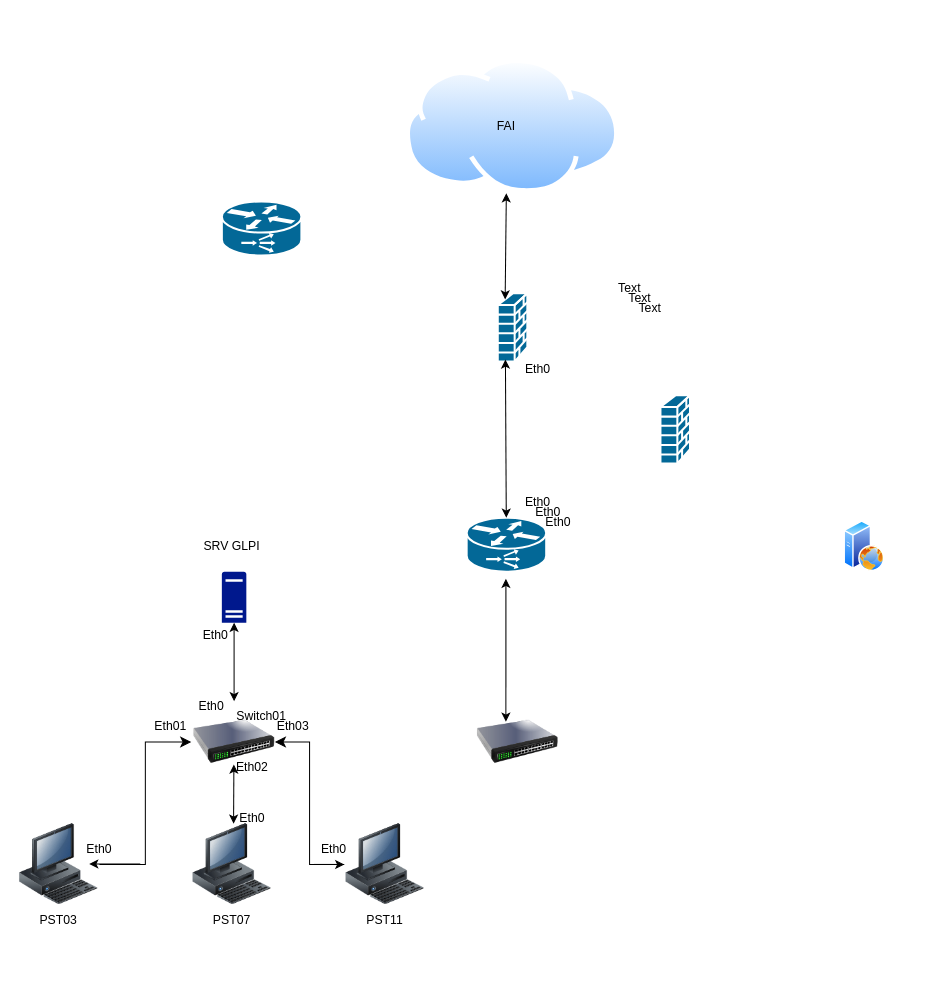
This is laboRéseaux.drawio from melanieBouchez/topologie, a draw.io file, before an edit. Source tidied: cells renumbered, new cells numbered last; positions are measured from the earlier drawing's top-left corner, leaving out a move shared by most shapes. Both pictures are drawn from the tidied source at 102%, with x=0, y=0 at pixel (17, 58).
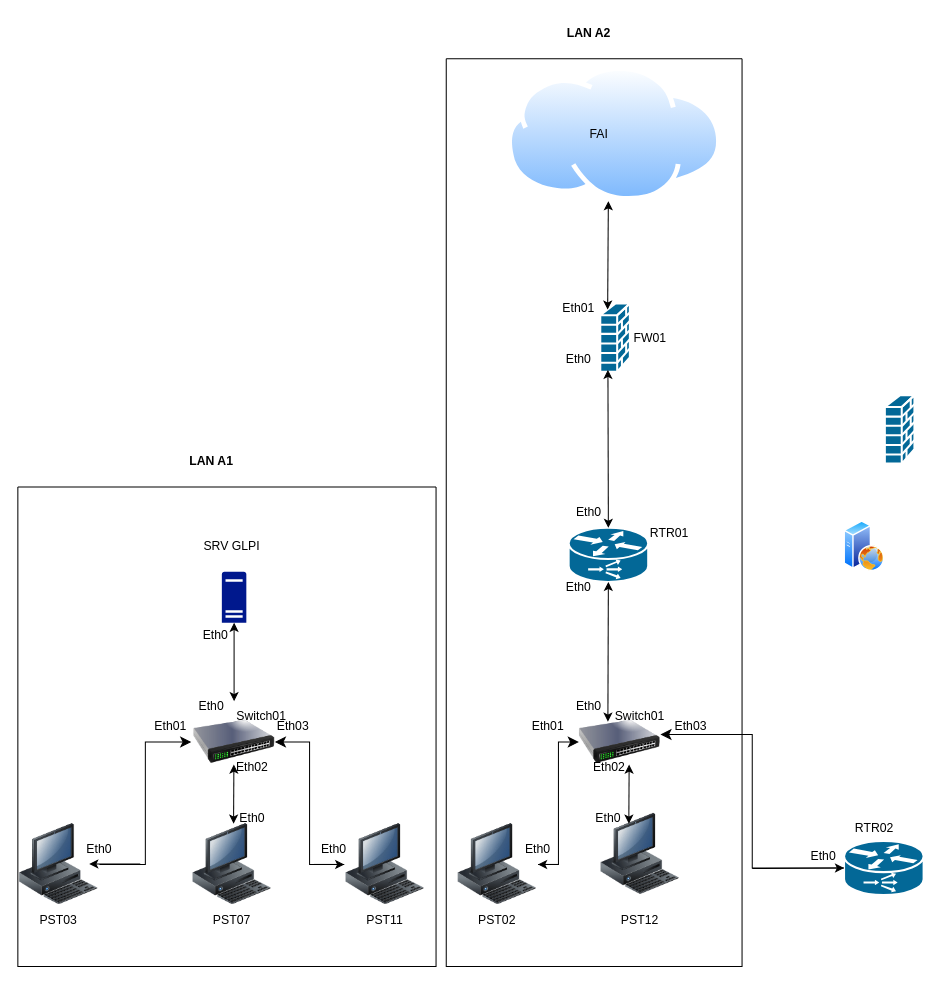
Above is the later version.

Diff of the diagram source:
```diff
@@
     <mxCell id="2" style="shape=mxgraph.cisco.routers.content_service_router;sketch=0;html=1;dashed=0;fillColor=#036897;strokeColor=#ffffff;strokeWidth=2;verticalLabelPosition=bottom;verticalAlign=top;align=center;outlineConnect=0;" parent="1" vertex="1">
-      <mxGeometry x="440" y="450" width="78" height="53" as="geometry" />
+      <mxGeometry x="540" y="460" width="78" height="53" as="geometry" />
     </mxCell>
     <mxCell id="3" style="shape=mxgraph.cisco.routers.content_service_router;sketch=0;html=1;dashed=0;fillColor=#036897;strokeColor=#ffffff;strokeWidth=2;verticalLabelPosition=bottom;verticalAlign=top;align=center;outlineConnect=0;" parent="1" vertex="1">
-      <mxGeometry x="200" y="140" width="78" height="53" as="geometry" />
+      <mxGeometry x="810" y="767" width="78" height="53" as="geometry" />
     </mxCell>
     <mxCell id="4" style="shape=mxgraph.cisco.security.firewall;sketch=0;html=1;dashed=0;fillColor=#036897;strokeColor=#ffffff;strokeWidth=2;verticalLabelPosition=bottom;verticalAlign=top;align=center;outlineConnect=0;" parent="1" vertex="1">
-      <mxGeometry x="470.5" y="230" width="29" height="67" as="geometry" />
+      <mxGeometry x="571" y="240" width="29" height="67" as="geometry" />
     </mxCell>
     <mxCell id="5" style="shape=mxgraph.cisco.security.firewall;sketch=0;html=1;dashed=0;fillColor=#036897;strokeColor=#ffffff;strokeWidth=2;verticalLabelPosition=bottom;verticalAlign=top;align=center;" parent="1" vertex="1">
-      <mxGeometry x="630" y="330" width="29" height="67" as="geometry" />
+      <mxGeometry x="850" y="330" width="29" height="67" as="geometry" />
     </mxCell>
     <mxCell id="6" style="image;perimeter=ellipsePerimeter;html=1;align=center;shadow=0;dashed=0;spacingTop=3;image=img/lib/active_directory/internet_cloud.svg;" parent="1" vertex="1">
-      <mxGeometry x="380" width="210" height="132.3" as="geometry" />
+      <mxGeometry x="480" y="7.7" width="210" height="132.3" as="geometry" />
     </mxCell>
-    <mxCell id="7" value="Text" style="text;html=1;strokeColor=none;fillColor=none;align=center;verticalAlign=middle;whiteSpace=wrap;rounded=0;" parent="1" vertex="1">
-      <mxGeometry x="570" y="210" width="60" height="30" as="geometry" />
+    <mxCell id="7" value="RTR01" style="text;html=1;strokeColor=none;fillColor=none;align=center;verticalAlign=middle;whiteSpace=wrap;rounded=0;" parent="1" vertex="1">
+      <mxGeometry x="609" y="450" width="60" height="30" as="geometry" />
     </mxCell>
-    <mxCell id="8" value="Text" style="text;html=1;strokeColor=none;fillColor=none;align=center;verticalAlign=middle;whiteSpace=wrap;rounded=0;" parent="1" vertex="1">
-      <mxGeometry x="580" y="220" width="60" height="30" as="geometry" />
+    <mxCell id="8" value="RTR02" style="text;html=1;strokeColor=none;fillColor=none;align=center;verticalAlign=middle;whiteSpace=wrap;rounded=0;" parent="1" vertex="1">
+      <mxGeometry x="810" y="740" width="60" height="30" as="geometry" />
     </mxCell>
-    <mxCell id="9" value="Text" style="text;html=1;strokeColor=none;fillColor=none;align=center;verticalAlign=middle;whiteSpace=wrap;rounded=0;" parent="1" vertex="1">
-      <mxGeometry x="590" y="230" width="60" height="30" as="geometry" />
+    <mxCell id="9" value="FW01" style="text;html=1;strokeColor=none;fillColor=none;align=center;verticalAlign=middle;whiteSpace=wrap;rounded=0;" parent="1" vertex="1">
+      <mxGeometry x="590" y="258.5" width="60" height="30" as="geometry" />
     </mxCell>
     <mxCell id="10" value="Eth0" style="text;html=1;strokeColor=none;fillColor=none;align=center;verticalAlign=middle;whiteSpace=wrap;rounded=0;" parent="1" vertex="1">
-      <mxGeometry x="480" y="420" width="60" height="30" as="geometry" />
+      <mxGeometry x="530" y="430" width="60" height="30" as="geometry" />
     </mxCell>
     <mxCell id="11" value="FAI" style="text;html=1;strokeColor=none;fillColor=none;align=center;verticalAlign=middle;whiteSpace=wrap;rounded=0;" parent="1" vertex="1">
-      <mxGeometry x="449" y="51.2" width="60" height="30" as="geometry" />
+      <mxGeometry x="540" y="58.9" width="60" height="30" as="geometry" />
     </mxCell>
@@
-    <mxCell id="14" style="endArrow=classic;startArrow=classic;html=1;rounded=0;exitX=0.356;exitY=0.25;exitDx=0;exitDy=0;exitPerimeter=0;" parent="1" edge="1" source="17">
-      <mxGeometry relative="1" as="geometry">
-        <mxPoint x="478.5" y="510" as="targetPoint" />
-      </mxGeometry>
+    <mxCell id="14" style="endArrow=classic;startArrow=classic;html=1;rounded=0;exitX=0.356;exitY=0.25;exitDx=0;exitDy=0;exitPerimeter=0;" parent="1" edge="1" source="17" target="2">
+      <mxGeometry relative="1" as="geometry" />
     </mxCell>
@@
     <mxCell id="16" value="Eth0" style="text;html=1;strokeColor=none;fillColor=none;align=center;verticalAlign=middle;whiteSpace=wrap;rounded=0;" parent="1" vertex="1">
-      <mxGeometry x="480" y="290" width="60" height="30" as="geometry" />
+      <mxGeometry x="520" y="280" width="60" height="30" as="geometry" />
     </mxCell>
     <mxCell id="17" style="image;html=1;image=img/lib/clip_art/networking/Switch_128x128.png;" parent="1" vertex="1">
-      <mxGeometry x="450" y="630" width="80" height="80" as="geometry" />
+      <mxGeometry x="550" y="630" width="80" height="80" as="geometry" />
     </mxCell>
@@
     <mxCell id="34" value="Eth0" style="text;html=1;strokeColor=none;fillColor=none;align=center;verticalAlign=middle;whiteSpace=wrap;rounded=0;" parent="1" vertex="1">
-      <mxGeometry x="490" y="430" width="60" height="30" as="geometry" />
+      <mxGeometry x="760" y="767" width="60" height="30" as="geometry" />
     </mxCell>
-    <mxCell id="35" value="Eth0" style="text;html=1;strokeColor=none;fillColor=none;align=center;verticalAlign=middle;whiteSpace=wrap;rounded=0;" parent="1" vertex="1">
-      <mxGeometry x="500" y="440" width="60" height="30" as="geometry" />
-    </mxCell>
@@
+    <mxCell id="44" style="swimlane;startSize=0;" parent="1" vertex="1">
+      <mxGeometry y="420" width="410" height="470" as="geometry" />
+    </mxCell>
+    <mxCell id="45" value="Eth0" style="text;html=1;strokeColor=none;fillColor=none;align=center;verticalAlign=middle;whiteSpace=wrap;rounded=0;" parent="1" vertex="1">
+      <mxGeometry x="520" y="503" width="60" height="30" as="geometry" />
+    </mxCell>
+    <mxCell id="46" value="Eth01" style="text;html=1;strokeColor=none;fillColor=none;align=center;verticalAlign=middle;whiteSpace=wrap;rounded=0;" parent="1" vertex="1">
+      <mxGeometry x="520" y="230" width="60" height="30" as="geometry" />
+    </mxCell>
+    <mxCell id="47" value="&lt;b&gt;LAN A1&lt;/b&gt;" style="text;html=1;strokeColor=none;fillColor=none;align=center;verticalAlign=middle;whiteSpace=wrap;rounded=0;" parent="1" vertex="1">
+      <mxGeometry x="160" y="380" width="60" height="30" as="geometry" />
+    </mxCell>
+    <mxCell id="48" style="image;html=1;image=img/lib/clip_art/computers/Workstation_128x128.png;" parent="1" vertex="1">
+      <mxGeometry x="570" y="740" width="80" height="80" as="geometry" />
+    </mxCell>
+    <mxCell id="49" style="image;html=1;image=img/lib/clip_art/computers/Workstation_128x128.png;" parent="1" vertex="1">
+      <mxGeometry x="430" y="750" width="80" height="80" as="geometry" />
+    </mxCell>
+    <mxCell id="50" style="edgeStyle=elbowEdgeStyle;elbow=horizontal;endArrow=classic;html=1;curved=0;rounded=0;endSize=8;startSize=8;" parent="1" edge="1" source="49" target="17">
+      <mxGeometry relative="1" as="geometry" />
+    </mxCell>
+    <mxCell id="51" style="endArrow=classic;html=1;rounded=0;entryX=1;entryY=0.5;entryDx=0;entryDy=0;" parent="1" edge="1" target="49">
+      <mxGeometry relative="1" as="geometry">
+        <mxPoint x="530" y="790" as="sourcePoint" />
+        <Array as="points">
+          <mxPoint x="520" y="790" />
+        </Array>
+      </mxGeometry>
+    </mxCell>
+    <mxCell id="52" value="Switch01" style="text;html=1;strokeColor=none;fillColor=none;align=center;verticalAlign=middle;whiteSpace=wrap;rounded=0;" parent="1" vertex="1">
+      <mxGeometry x="580" y="630" width="60" height="30" as="geometry" />
+    </mxCell>
+    <mxCell id="53" style="edgeStyle=elbowEdgeStyle;elbow=horizontal;endArrow=classic;html=1;curved=0;rounded=0;endSize=8;startSize=8;exitX=0;exitY=0.5;exitDx=0;exitDy=0;entryX=0;entryY=0.75;entryDx=0;entryDy=0;exitPerimeter=0;" parent="1" edge="1" source="3" target="62">
+      <mxGeometry relative="1" as="geometry" />
+    </mxCell>
+    <mxCell id="54" value="PST12" style="text;html=1;strokeColor=none;fillColor=none;align=center;verticalAlign=middle;whiteSpace=wrap;rounded=0;" parent="1" vertex="1">
+      <mxGeometry x="580" y="830" width="60" height="30" as="geometry" />
+    </mxCell>
+    <mxCell id="55" value="PST02" style="text;html=1;strokeColor=none;fillColor=none;align=center;verticalAlign=middle;whiteSpace=wrap;rounded=0;" parent="1" vertex="1">
+      <mxGeometry x="440" y="830" width="60" height="30" as="geometry" />
+    </mxCell>
+    <mxCell id="56" value="Eth0" style="text;html=1;strokeColor=none;fillColor=none;align=center;verticalAlign=middle;whiteSpace=wrap;rounded=0;" parent="1" vertex="1">
+      <mxGeometry x="530" y="620" width="60" height="30" as="geometry" />
+    </mxCell>
+    <mxCell id="57" value="Eth02" style="text;html=1;strokeColor=none;fillColor=none;align=center;verticalAlign=middle;whiteSpace=wrap;rounded=0;" parent="1" vertex="1">
+      <mxGeometry x="550" y="680" width="60" height="30" as="geometry" />
+    </mxCell>
+    <mxCell id="58" value="Eth0" style="text;html=1;strokeColor=none;fillColor=none;align=center;verticalAlign=middle;whiteSpace=wrap;rounded=0;" parent="1" vertex="1">
+      <mxGeometry x="549" y="730" width="60" height="30" as="geometry" />
+    </mxCell>
+    <mxCell id="59" value="Eth01" style="text;html=1;strokeColor=none;fillColor=none;align=center;verticalAlign=middle;whiteSpace=wrap;rounded=0;" parent="1" vertex="1">
+      <mxGeometry x="490" y="640" width="60" height="30" as="geometry" />
+    </mxCell>
+    <mxCell id="60" value="Eth0" style="text;html=1;strokeColor=none;fillColor=none;align=center;verticalAlign=middle;whiteSpace=wrap;rounded=0;" parent="1" vertex="1">
+      <mxGeometry x="480" y="760" width="60" height="30" as="geometry" />
+    </mxCell>
+    <mxCell id="61" style="endArrow=classic;startArrow=classic;html=1;rounded=0;exitX=0.5;exitY=0;exitDx=0;exitDy=0;exitPerimeter=0;" parent="1" edge="1">
+      <mxGeometry relative="1" as="geometry">
+        <mxPoint x="599" y="750" as="sourcePoint" />
+        <mxPoint x="599.3" y="692" as="targetPoint" />
+      </mxGeometry>
+    </mxCell>
+    <mxCell id="62" value="Eth03" style="text;html=1;strokeColor=none;fillColor=none;align=center;verticalAlign=middle;whiteSpace=wrap;rounded=0;" parent="1" vertex="1">
+      <mxGeometry x="630" y="640" width="60" height="30" as="geometry" />
+    </mxCell>
+    <mxCell id="63" style="endArrow=classic;html=1;rounded=0;entryX=0;entryY=0.5;entryDx=0;entryDy=0;entryPerimeter=0;" parent="1" edge="1" target="3">
+      <mxGeometry relative="1" as="geometry">
+        <mxPoint x="720" y="794" as="sourcePoint" />
+      </mxGeometry>
+    </mxCell>
+    <mxCell id="64" style="swimlane;startSize=0;" parent="1" vertex="1">
+      <mxGeometry x="420" width="290" height="890" as="geometry" />
+    </mxCell>
+    <mxCell id="65" value="&lt;b&gt;LAN A2&lt;/b&gt;" style="text;html=1;strokeColor=none;fillColor=none;align=center;verticalAlign=middle;whiteSpace=wrap;rounded=0;" parent="1" vertex="1">
+      <mxGeometry x="530" y="-40" width="60" height="30" as="geometry" />
+    </mxCell>
```
